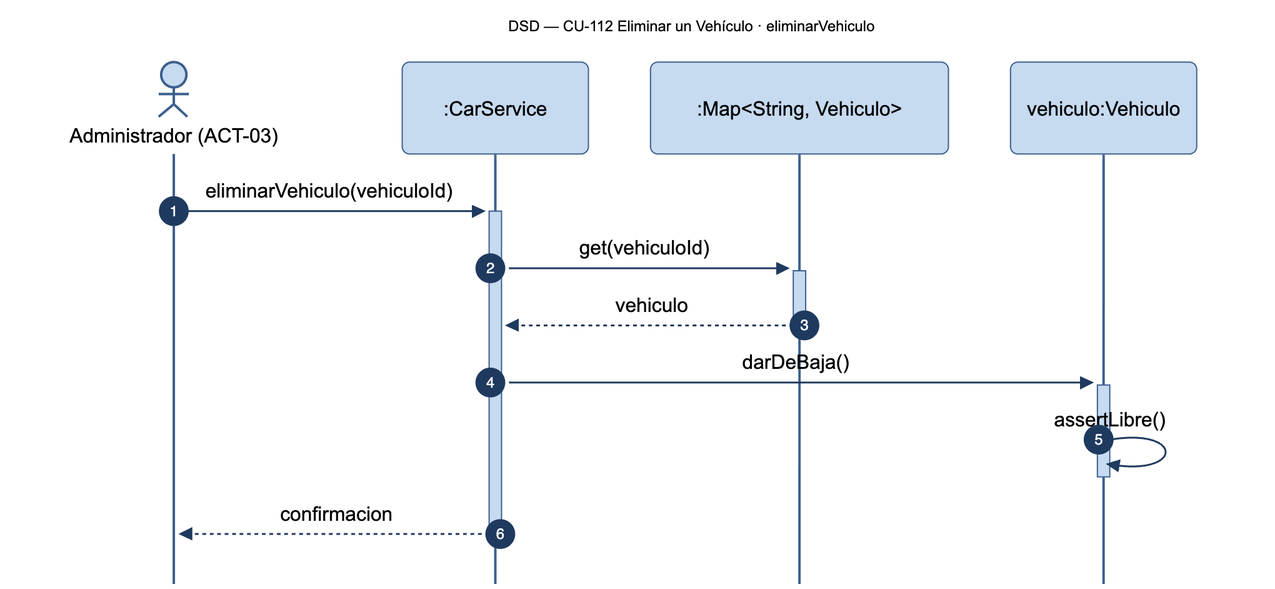
Nahuelito-Dev/splg-docs keeps this Mermaid diagram as diagramas/png/DSD_CU-112_eliminarVehiculo.png. Above is the earlier version. Its source is kept beside it as diagramas/DSD_CU-112_eliminarVehiculo.mmd. Its diagram source:
```mermaid
sequenceDiagram
    title DSD — CU-112 Eliminar un Vehículo · eliminarVehiculo
    autonumber
    actor ADM as Administrador (ACT-03)
    participant SRV as :CarService
    participant COL as :Map#lt;String, Vehiculo#gt;
    participant VEH as vehiculo:Vehiculo

    ADM->>+SRV: eliminarVehiculo(vehiculoId)
    SRV->>+COL: get(vehiculoId)
    COL-->>-SRV: vehiculo
    SRV->>+VEH: darDeBaja()
    VEH->>VEH: assertLibre()
    deactivate VEH
    SRV-->>-ADM: confirmacion
```
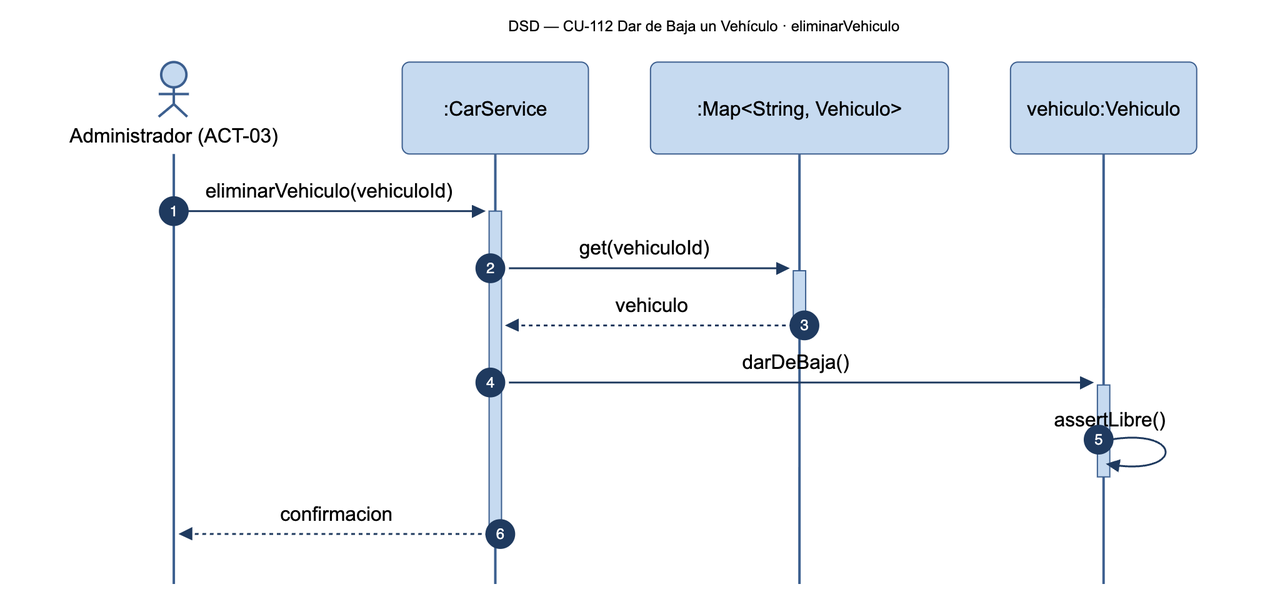
After the commit.

The edit, as a diff of the source:
```diff
@@ -1,5 +1,5 @@
 sequenceDiagram
-    title DSD — CU-112 Eliminar un Vehículo · eliminarVehiculo
+    title DSD — CU-112 Dar de Baja un Vehículo · eliminarVehiculo
     autonumber
     actor ADM as Administrador (ACT-03)
     participant SRV as :CarService
```
